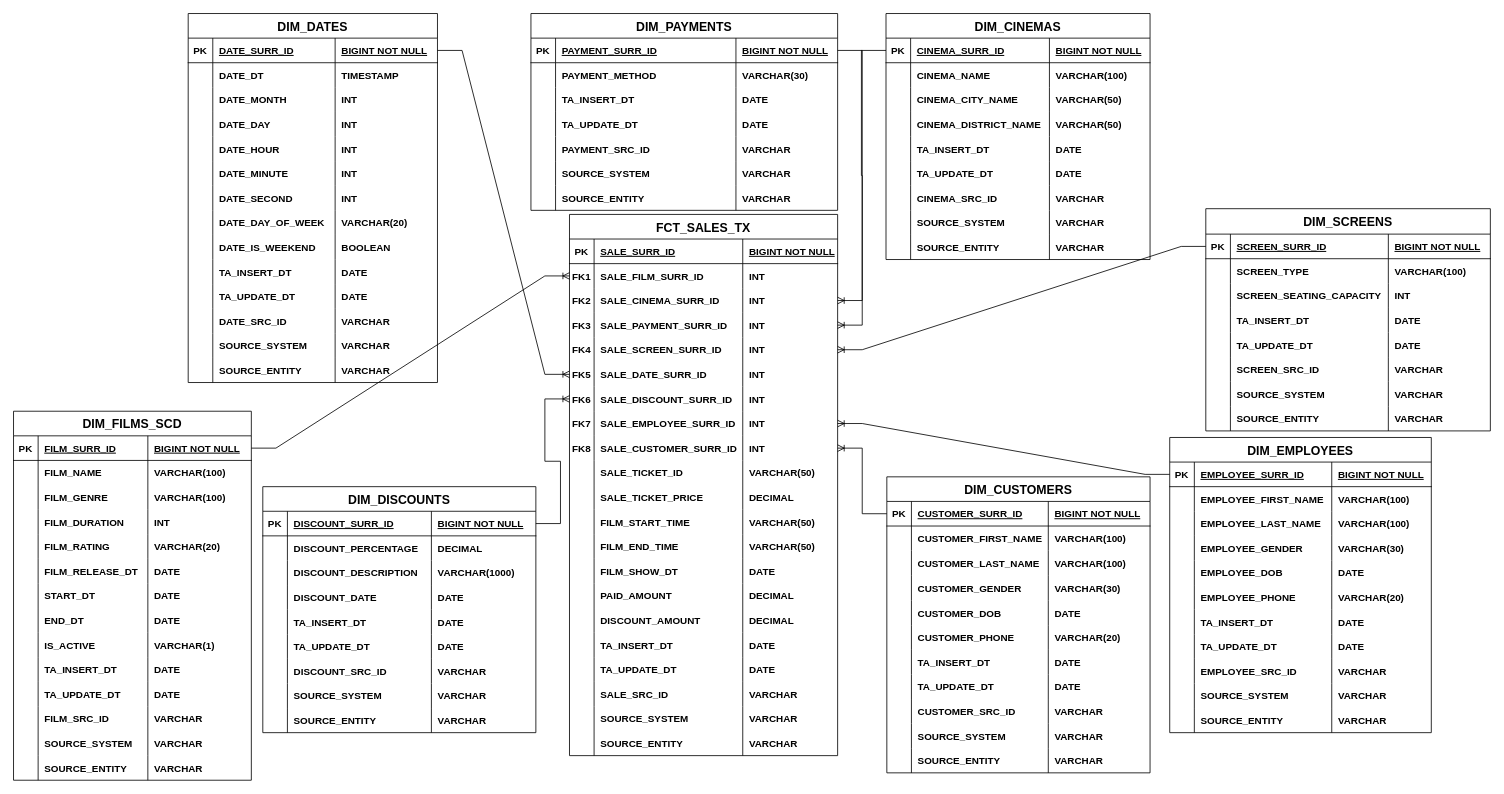
The draw.io diagram ticket_sales_star_schema.drawio in GiorgiEz/DB-modeling, before the edit. Source tidied: cells renumbered, new cells numbered last; positions are measured from the earlier drawing's top-left corner, leaving out a move shared by most shapes. Both pictures are drawn from the tidied source at 82%, with x=0, y=0 at pixel (13, 13).
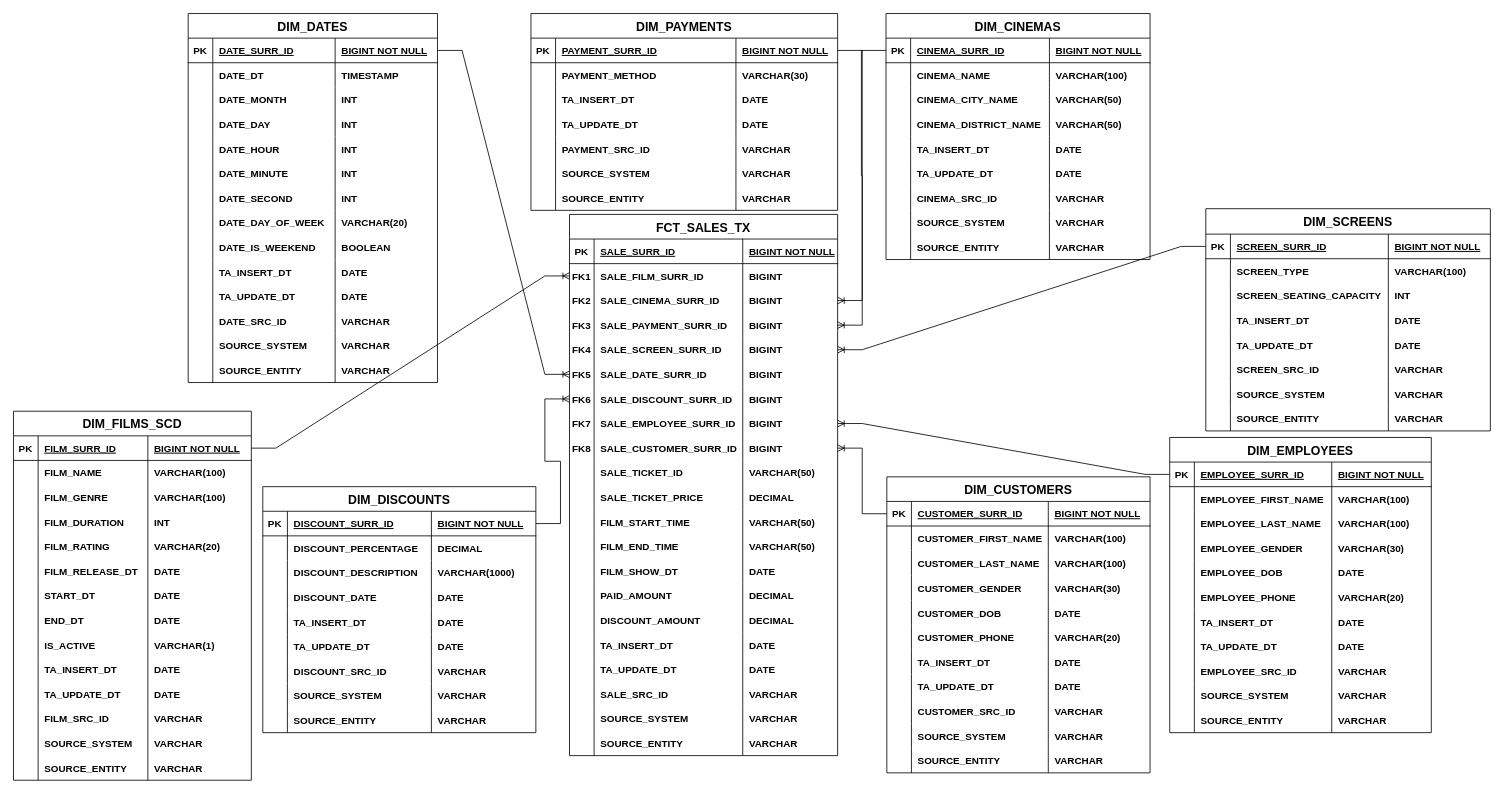
The same page after the edit.

Unchanged cells that the change refers to:
```xml
<mxCell id="302" style="shape=partialRectangle;fillColor=none;points=[[0,0.5],[1,0.5]];portConstraint=eastwest;top=0;left=0;right=0;bottom=0;" parent="297" vertex="1">
  <mxGeometry y="60" width="327" height="30" as="geometry" />
</mxCell>
<mxCell id="306" style="shape=partialRectangle;fillColor=none;points=[[0,0.5],[1,0.5]];portConstraint=eastwest;top=0;left=0;right=0;bottom=0;" parent="297" vertex="1">
  <mxGeometry y="90" width="327" height="30" as="geometry" />
</mxCell>
<mxCell id="310" style="shape=partialRectangle;fillColor=none;points=[[0,0.5],[1,0.5]];portConstraint=eastwest;top=0;left=0;right=0;bottom=0;" parent="297" vertex="1">
  <mxGeometry y="120" width="327" height="30" as="geometry" />
</mxCell>
<mxCell id="314" style="shape=partialRectangle;fillColor=none;points=[[0,0.5],[1,0.5]];portConstraint=eastwest;top=0;left=0;right=0;bottom=0;" parent="297" vertex="1">
  <mxGeometry y="150" width="327" height="30" as="geometry" />
</mxCell>
<mxCell id="318" style="shape=partialRectangle;fillColor=none;points=[[0,0.5],[1,0.5]];portConstraint=eastwest;top=0;left=0;right=0;bottom=0;" parent="297" vertex="1">
  <mxGeometry y="180" width="327" height="30" as="geometry" />
</mxCell>
<mxCell id="322" style="shape=partialRectangle;fillColor=none;points=[[0,0.5],[1,0.5]];portConstraint=eastwest;top=0;left=0;right=0;bottom=0;" parent="297" vertex="1">
  <mxGeometry y="210" width="327" height="30" as="geometry" />
</mxCell>
<mxCell id="326" style="shape=partialRectangle;fillColor=none;points=[[0,0.5],[1,0.5]];portConstraint=eastwest;top=0;left=0;right=0;bottom=0;" parent="297" vertex="1">
  <mxGeometry y="240" width="327" height="30" as="geometry" />
</mxCell>
<mxCell id="330" style="shape=partialRectangle;fillColor=none;points=[[0,0.5],[1,0.5]];portConstraint=eastwest;top=0;left=0;right=0;bottom=0;" parent="297" vertex="1">
  <mxGeometry y="270" width="327" height="30" as="geometry" />
</mxCell>
```

Change to the diagram source:
```diff
@@
-    <mxCell id="305" value="INT" style="shape=partialRectangle;overflow=hidden;fillColor=none;top=0;left=0;bottom=0;right=0;align=left;spacingLeft=6;fontStyle=1;" parent="302" vertex="1">
+    <mxCell id="305" value="BIGINT" style="shape=partialRectangle;overflow=hidden;fillColor=none;top=0;left=0;bottom=0;right=0;align=left;spacingLeft=6;fontStyle=1;" parent="302" vertex="1">
       <mxGeometry x="211.3" width="115.7" height="30" as="geometry" />
     </mxCell>
@@
-    <mxCell id="309" value="INT" style="shape=partialRectangle;overflow=hidden;fillColor=none;top=0;left=0;bottom=0;right=0;align=left;spacingLeft=6;fontStyle=1;" parent="306" vertex="1">
+    <mxCell id="309" value="BIGINT" style="shape=partialRectangle;overflow=hidden;fillColor=none;top=0;left=0;bottom=0;right=0;align=left;spacingLeft=6;fontStyle=1;" parent="306" vertex="1">
       <mxGeometry x="211.3" width="115.7" height="30" as="geometry" />
     </mxCell>
@@
-    <mxCell id="313" value="INT" style="shape=partialRectangle;overflow=hidden;fillColor=none;top=0;left=0;bottom=0;right=0;align=left;spacingLeft=6;fontStyle=1;" parent="310" vertex="1">
+    <mxCell id="313" value="BIGINT" style="shape=partialRectangle;overflow=hidden;fillColor=none;top=0;left=0;bottom=0;right=0;align=left;spacingLeft=6;fontStyle=1;" parent="310" vertex="1">
       <mxGeometry x="211.3" width="115.7" height="30" as="geometry" />
     </mxCell>
@@
-    <mxCell id="317" value="INT" style="shape=partialRectangle;overflow=hidden;fillColor=none;top=0;left=0;bottom=0;right=0;align=left;spacingLeft=6;fontStyle=1;" parent="314" vertex="1">
+    <mxCell id="317" value="BIGINT" style="shape=partialRectangle;overflow=hidden;fillColor=none;top=0;left=0;bottom=0;right=0;align=left;spacingLeft=6;fontStyle=1;" parent="314" vertex="1">
       <mxGeometry x="211.3" width="115.7" height="30" as="geometry" />
     </mxCell>
@@
-    <mxCell id="321" value="INT" style="shape=partialRectangle;overflow=hidden;fillColor=none;top=0;left=0;bottom=0;right=0;align=left;spacingLeft=6;fontStyle=1;" parent="318" vertex="1">
+    <mxCell id="321" value="BIGINT" style="shape=partialRectangle;overflow=hidden;fillColor=none;top=0;left=0;bottom=0;right=0;align=left;spacingLeft=6;fontStyle=1;" parent="318" vertex="1">
       <mxGeometry x="211.3" width="115.7" height="30" as="geometry" />
     </mxCell>
@@
-    <mxCell id="325" value="INT" style="shape=partialRectangle;overflow=hidden;fillColor=none;top=0;left=0;bottom=0;right=0;align=left;spacingLeft=6;fontStyle=1;" parent="322" vertex="1">
+    <mxCell id="325" value="BIGINT" style="shape=partialRectangle;overflow=hidden;fillColor=none;top=0;left=0;bottom=0;right=0;align=left;spacingLeft=6;fontStyle=1;" parent="322" vertex="1">
       <mxGeometry x="211.3" width="115.7" height="30" as="geometry" />
     </mxCell>
@@
-    <mxCell id="329" value="INT" style="shape=partialRectangle;overflow=hidden;fillColor=none;top=0;left=0;bottom=0;right=0;align=left;spacingLeft=6;fontStyle=1;" parent="326" vertex="1">
+    <mxCell id="329" value="BIGINT" style="shape=partialRectangle;overflow=hidden;fillColor=none;top=0;left=0;bottom=0;right=0;align=left;spacingLeft=6;fontStyle=1;" parent="326" vertex="1">
       <mxGeometry x="211.3" width="115.7" height="30" as="geometry" />
     </mxCell>
@@
-    <mxCell id="333" value="INT" style="shape=partialRectangle;overflow=hidden;fillColor=none;top=0;left=0;bottom=0;right=0;align=left;spacingLeft=6;fontStyle=1;" parent="330" vertex="1">
+    <mxCell id="333" value="BIGINT" style="shape=partialRectangle;overflow=hidden;fillColor=none;top=0;left=0;bottom=0;right=0;align=left;spacingLeft=6;fontStyle=1;" parent="330" vertex="1">
       <mxGeometry x="211.3" width="115.7" height="30" as="geometry" />
     </mxCell>
```
